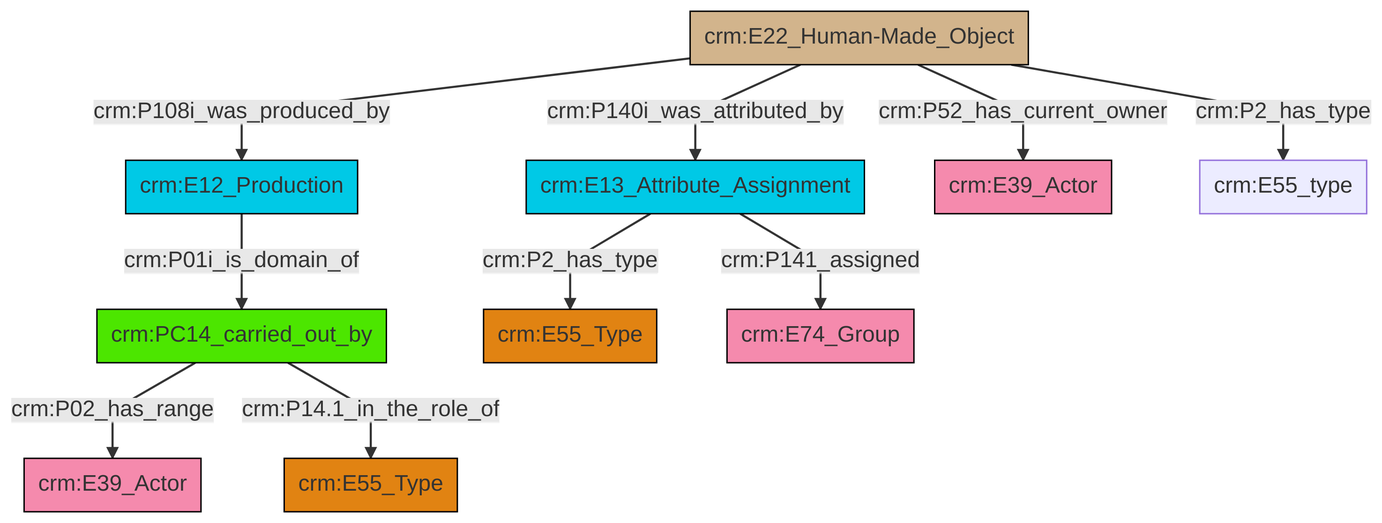
swiss-art-research-net/reference-data-models keeps this Mermaid diagram as et/builtWorkCSV/ttl/mmd/png/Built_Work_actor_relations.png. Above is the earlier version. Its source is kept beside it as et/builtWorkCSV/ttl/mmd/Built_Work_actor_relations.ttl.mmd.
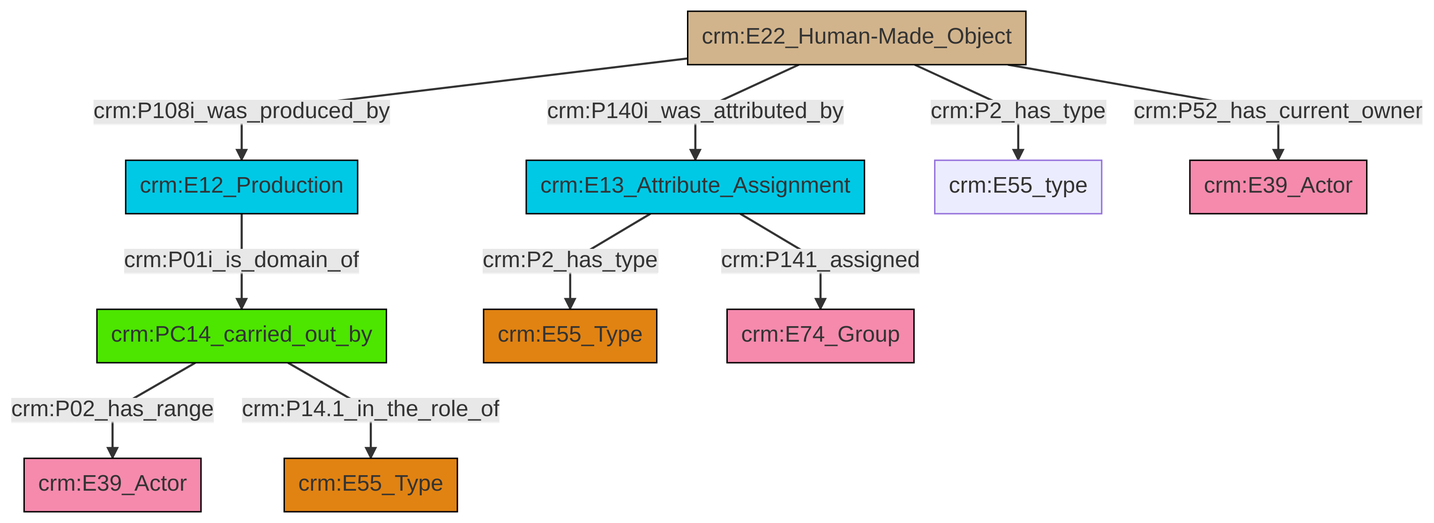
Later version of the same file.

What changed in the source:
```diff
@@ -14,11 +14,11 @@
 classDef Multi fill:#cccccc,stroke:#000000;
 
 0["crm:PC14_carried_out_by"]:::PC_Classes -->|crm:P02_has_range| 1["crm:E39_Actor"]:::Actor
-6["crm:E22_Human-Made_Object"]:::Physical_Thing -->|crm:P140i_was_attributed_by| 2["crm:E13_Attribute_Assignment"]:::Temporal_Entity
-6["crm:E22_Human-Made_Object"]:::Physical_Thing -->|crm:P108i_was_produced_by| 4["crm:E12_Production"]:::Temporal_Entity
-4["crm:E12_Production"]:::Temporal_Entity -->|crm:P01i_is_domain_of| 0["crm:PC14_carried_out_by"]:::PC_Classes
-2["crm:E13_Attribute_Assignment"]:::Temporal_Entity -->|crm:P2_has_type| 7["crm:E55_Type"]:::Type
-6["crm:E22_Human-Made_Object"]:::Physical_Thing -->|crm:P52_has_current_owner| 10["crm:E39_Actor"]:::Actor
-6["crm:E22_Human-Made_Object"]:::Physical_Thing -->|crm:P2_has_type| 15["crm:E55_type"]:::Default
-0["crm:PC14_carried_out_by"]:::PC_Classes -->|crm:P14.1_in_the_role_of| 12["crm:E55_Type"]:::Type
-2["crm:E13_Attribute_Assignment"]:::Temporal_Entity -->|crm:P141_assigned| 16["crm:E74_Group"]:::Actor
+0["crm:PC14_carried_out_by"]:::PC_Classes -->|crm:P14.1_in_the_role_of| 4["crm:E55_Type"]:::Type
+5["crm:E13_Attribute_Assignment"]:::Temporal_Entity -->|crm:P141_assigned| 6["crm:E74_Group"]:::Actor
+10["crm:E22_Human-Made_Object"]:::Physical_Thing -->|crm:P108i_was_produced_by| 7["crm:E12_Production"]:::Temporal_Entity
+5["crm:E13_Attribute_Assignment"]:::Temporal_Entity -->|crm:P2_has_type| 2["crm:E55_Type"]:::Type
+10["crm:E22_Human-Made_Object"]:::Physical_Thing -->|crm:P140i_was_attributed_by| 5["crm:E13_Attribute_Assignment"]:::Temporal_Entity
+10["crm:E22_Human-Made_Object"]:::Physical_Thing -->|crm:P2_has_type| 11["crm:E55_type"]:::Default
+10["crm:E22_Human-Made_Object"]:::Physical_Thing -->|crm:P52_has_current_owner| 15["crm:E39_Actor"]:::Actor
+7["crm:E12_Production"]:::Temporal_Entity -->|crm:P01i_is_domain_of| 0["crm:PC14_carried_out_by"]:::PC_Classes
```
